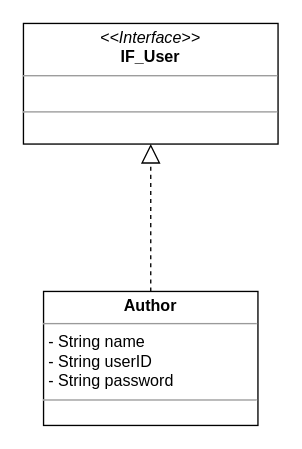
Fei-D20/D20_2nd_semester_final_exam_project keeps this draw.io diagram as Document/Diagram/ClassDiagram/Domain.Author.ClassDiagram.drawio. Above is the earlier version. Source tidied: cells renumbered, new cells numbered last; positions are measured from the earlier drawing's top-left corner, leaving out a move shared by most shapes. Both pictures are drawn from the tidied source at 134%, with x=0, y=0 at pixel (23, 23).
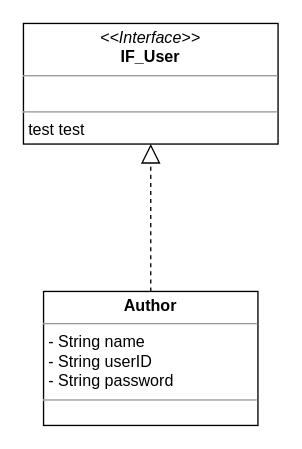
The same page after the edit.

The edit, as a diff of the source:
```diff
@@
 <mxGraphModel>
   <root>
     <mxCell id="0" />
     <mxCell id="1" parent="0" />
-    <mxCell id="2" value="&lt;p style=&quot;margin: 0px ; margin-top: 4px ; text-align: center&quot;&gt;&lt;i&gt;&amp;lt;&amp;lt;Interface&amp;gt;&amp;gt;&lt;/i&gt;&lt;br&gt;&lt;b&gt;IF_User&lt;/b&gt;&lt;/p&gt;&lt;hr size=&quot;1&quot;&gt;&lt;p style=&quot;margin: 0px ; margin-left: 4px&quot;&gt;&lt;br&gt;&lt;/p&gt;&lt;hr size=&quot;1&quot;&gt;&lt;p style=&quot;margin: 0px ; margin-left: 4px&quot;&gt;&lt;br&gt;&lt;/p&gt;" style="verticalAlign=top;align=left;overflow=fill;fontSize=12;fontFamily=Helvetica;html=1;" parent="1" vertex="1">
+    <mxCell id="2" value="&lt;p style=&quot;margin: 0px ; margin-top: 4px ; text-align: center&quot;&gt;&lt;i&gt;&amp;lt;&amp;lt;Interface&amp;gt;&amp;gt;&lt;/i&gt;&lt;br&gt;&lt;b&gt;IF_User&lt;/b&gt;&lt;/p&gt;&lt;hr size=&quot;1&quot;&gt;&lt;p style=&quot;margin: 0px ; margin-left: 4px&quot;&gt;&lt;br&gt;&lt;/p&gt;&lt;hr size=&quot;1&quot;&gt;&lt;p style=&quot;margin: 0px ; margin-left: 4px&quot;&gt;test test&lt;/p&gt;" style="verticalAlign=top;align=left;overflow=fill;fontSize=12;fontFamily=Helvetica;html=1;" parent="1" vertex="1">
       <mxGeometry width="190" height="90" as="geometry" />
     </mxCell>
     <mxCell id="3" value="&lt;p style=&quot;margin: 0px ; margin-top: 4px ; text-align: center&quot;&gt;&lt;b&gt;Author&lt;/b&gt;&lt;/p&gt;&lt;hr size=&quot;1&quot;&gt;&lt;p style=&quot;margin: 0px ; margin-left: 4px&quot;&gt;- String name&lt;/p&gt;&lt;p style=&quot;margin: 0px ; margin-left: 4px&quot;&gt;- String userID&lt;/p&gt;&lt;p style=&quot;margin: 0px ; margin-left: 4px&quot;&gt;- String password&amp;nbsp;&lt;/p&gt;&lt;hr size=&quot;1&quot;&gt;&lt;p style=&quot;margin: 0px ; margin-left: 4px&quot;&gt;&lt;br&gt;&lt;/p&gt;" style="verticalAlign=top;align=left;overflow=fill;fontSize=12;fontFamily=Helvetica;html=1;" parent="1" vertex="1">
       <mxGeometry x="15" y="200" width="160" height="100" as="geometry" />
     </mxCell>
     <mxCell id="4" style="endArrow=block;dashed=1;endFill=0;endSize=12;html=1;exitX=0.5;exitY=0;exitDx=0;exitDy=0;entryX=0.5;entryY=1;entryDx=0;entryDy=0;" parent="1" edge="1" source="3" target="2">
       <mxGeometry relative="1" as="geometry" />
     </mxCell>
   </root>
 </mxGraphModel>
```
